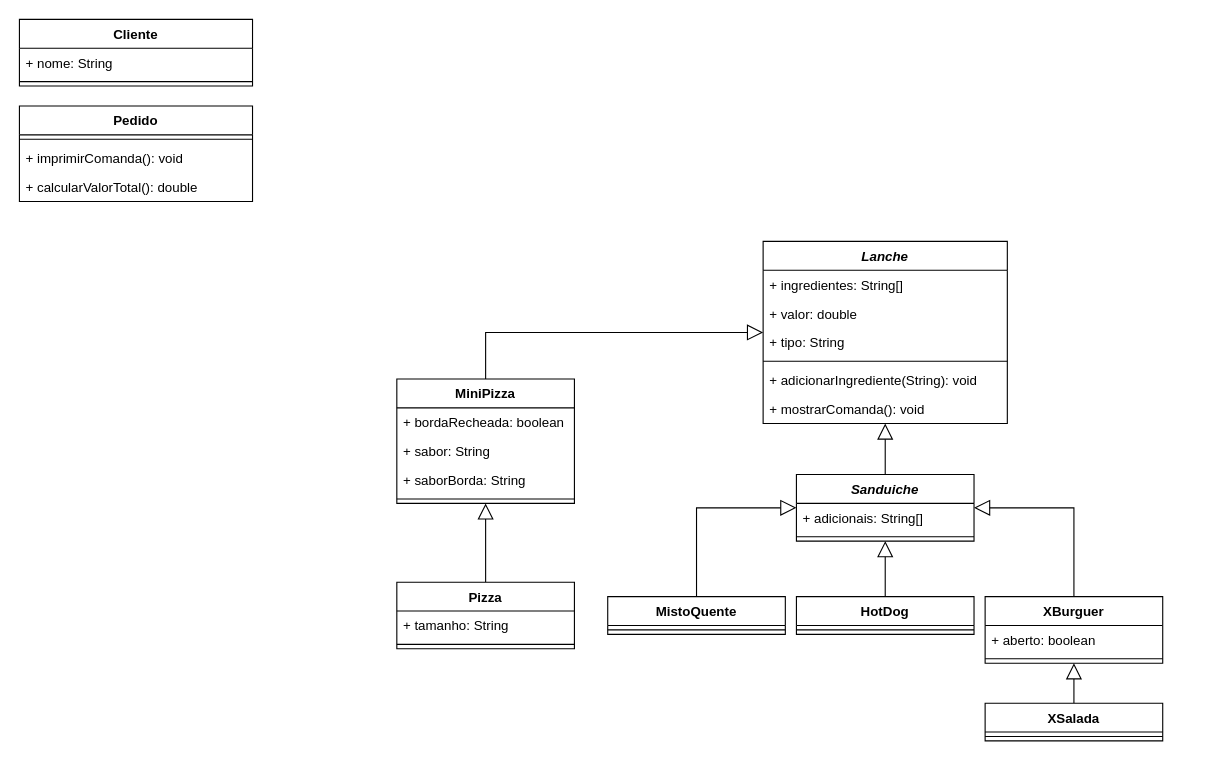
Above: page "Page-1" (1 of 2) of diagramas.drawio in hannaBanannaOF/entra21-git-inicio (draw.io), before the change. Source tidied: cells renumbered, new cells numbered last; positions are measured from the earlier drawing's top-left corner, leaving out a move shared by most shapes. Both pictures are drawn from the tidied source at 111%, with x=0, y=0 at pixel (19, 19).
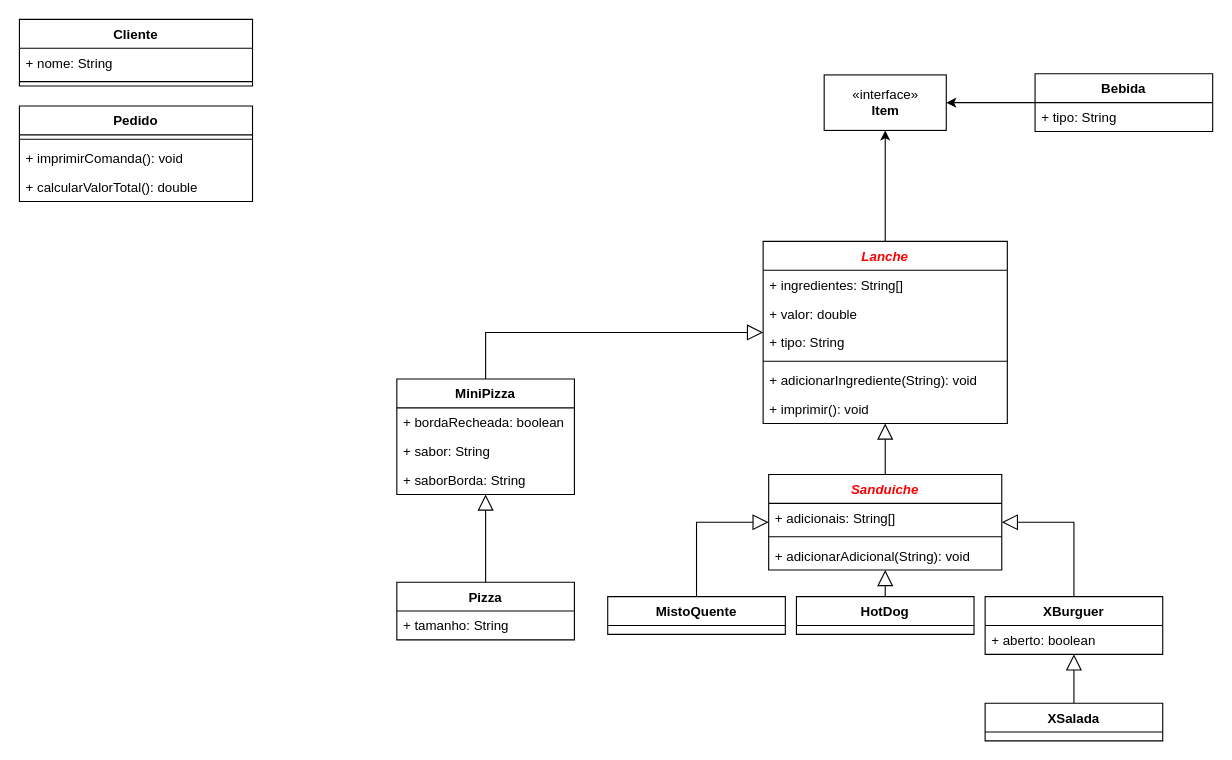
After the change.

The change refers to these unchanged cells:
```xml
<mxCell id="14" value="XSalada" style="swimlane;fontStyle=1;align=center;verticalAlign=top;horizontal=1;startSize=26;" parent="1" vertex="1">
  <mxGeometry x="870" y="616" width="160" height="34" as="geometry" />
</mxCell>
<mxCell id="16" value="HotDog" style="swimlane;fontStyle=1;align=center;verticalAlign=top;horizontal=1;startSize=26;" parent="1" vertex="1">
  <mxGeometry x="700" y="520" width="160" height="34" as="geometry" />
</mxCell>
<mxCell id="19" value="MistoQuente" style="swimlane;fontStyle=1;align=center;verticalAlign=top;horizontal=1;startSize=26;" parent="1" vertex="1">
  <mxGeometry x="530" y="520" width="160" height="34" as="geometry" />
</mxCell>
```

Change to the diagram source:
```diff
@@
+    <mxCell id="43" style="edgeStyle=orthogonalEdgeStyle;rounded=0;jettySize=auto;html=1;exitX=0.5;exitY=0;exitDx=0;exitDy=0;entryX=0.5;entryY=1;entryDx=0;entryDy=0;fontColor=#000000;" parent="1" edge="1" source="2" target="46">
+      <mxGeometry relative="1" as="geometry" />
+    </mxCell>
-    <mxCell id="2" value="Lanche" style="swimlane;fontStyle=3;align=center;verticalAlign=top;horizontal=1;startSize=26;" parent="1" vertex="1">
+    <mxCell id="2" value="Lanche" style="swimlane;fontStyle=3;align=center;verticalAlign=top;horizontal=1;startSize=26;fontColor=#FF0000;" parent="1" vertex="1">
       <mxGeometry x="670" y="200" width="220" height="164" as="geometry" />
     </mxCell>
@@
-    <mxCell id="8" value="+ mostrarComanda(): void&#10;" style="text;strokeColor=none;fillColor=none;align=left;verticalAlign=top;spacingLeft=4;spacingRight=4;overflow=hidden;" parent="2" vertex="1">
+    <mxCell id="8" value="+ imprimir(): void" style="text;strokeColor=none;fillColor=none;align=left;verticalAlign=top;spacingLeft=4;spacingRight=4;overflow=hidden;" parent="2" vertex="1">
       <mxGeometry y="138" width="220" height="26" as="geometry" />
     </mxCell>
@@
     <mxCell id="10" value="XBurguer" style="swimlane;fontStyle=1;align=center;verticalAlign=top;horizontal=1;startSize=26;" parent="1" vertex="1">
-      <mxGeometry x="870" y="520" width="160" height="60" as="geometry" />
+      <mxGeometry x="870" y="520" width="160" height="52" as="geometry" />
     </mxCell>
@@
-    <mxCell id="12" style="line;strokeWidth=1;fillColor=none;align=left;verticalAlign=middle;spacingTop=-1;spacingLeft=3;spacingRight=3;labelPosition=right;" parent="10" vertex="1">
-      <mxGeometry y="52" width="160" height="8" as="geometry" />
-    </mxCell>
@@
-    <mxCell id="15" style="line;strokeWidth=1;fillColor=none;align=left;verticalAlign=middle;spacingTop=-1;spacingLeft=3;spacingRight=3;labelPosition=right;" parent="14" vertex="1">
-      <mxGeometry y="26" width="160" height="8" as="geometry" />
-    </mxCell>
@@
-    <mxCell id="17" style="line;strokeWidth=1;fillColor=none;align=left;verticalAlign=middle;spacingTop=-1;spacingLeft=3;spacingRight=3;labelPosition=right;" parent="16" vertex="1">
-      <mxGeometry y="26" width="160" height="8" as="geometry" />
-    </mxCell>
@@
-    <mxCell id="20" style="line;strokeWidth=1;fillColor=none;align=left;verticalAlign=middle;spacingTop=-1;spacingLeft=3;spacingRight=3;labelPosition=right;" parent="19" vertex="1">
-      <mxGeometry y="26" width="160" height="8" as="geometry" />
-    </mxCell>
@@
     <mxCell id="29" value="MiniPizza" style="swimlane;fontStyle=1;align=center;verticalAlign=top;horizontal=1;startSize=26;" parent="1" vertex="1">
-      <mxGeometry x="340" y="324" width="160" height="112" as="geometry" />
+      <mxGeometry x="340" y="324" width="160" height="104" as="geometry" />
     </mxCell>
@@
-    <mxCell id="33" style="line;strokeWidth=1;fillColor=none;align=left;verticalAlign=middle;spacingTop=-1;spacingLeft=3;spacingRight=3;labelPosition=right;" parent="29" vertex="1">
-      <mxGeometry y="104" width="160" height="8" as="geometry" />
-    </mxCell>
@@
-    <mxCell id="35" value="Sanduiche" style="swimlane;fontStyle=3;align=center;verticalAlign=top;horizontal=1;startSize=26;" parent="1" vertex="1">
-      <mxGeometry x="700" y="410" width="160" height="60" as="geometry" />
+    <mxCell id="35" value="Sanduiche" style="swimlane;fontStyle=3;align=center;verticalAlign=top;horizontal=1;startSize=26;fontColor=#FF0000;" parent="1" vertex="1">
+      <mxGeometry x="675" y="410" width="210" height="86" as="geometry" />
     </mxCell>
     <mxCell id="36" value="+ adicionais: String[]" style="text;strokeColor=none;fillColor=none;align=left;verticalAlign=top;spacingLeft=4;spacingRight=4;overflow=hidden;" parent="35" vertex="1">
-      <mxGeometry y="26" width="160" height="26" as="geometry" />
+      <mxGeometry y="26" width="210" height="26" as="geometry" />
     </mxCell>
-    <mxCell id="37" style="line;strokeWidth=1;fillColor=none;align=left;verticalAlign=middle;spacingTop=-1;spacingLeft=3;spacingRight=3;labelPosition=right;" parent="35" vertex="1">
-      <mxGeometry y="52" width="160" height="8" as="geometry" />
-    </mxCell>
+    <mxCell id="44" style="line;strokeWidth=1;fillColor=none;align=left;verticalAlign=middle;spacingTop=-1;spacingLeft=3;spacingRight=3;labelPosition=right;fontColor=#FF0000;" parent="35" vertex="1">
+      <mxGeometry y="52" width="210" height="8" as="geometry" />
+    </mxCell>
+    <mxCell id="45" value="+ adicionarAdicional(String): void" style="text;strokeColor=none;fillColor=none;align=left;verticalAlign=top;spacingLeft=4;spacingRight=4;overflow=hidden;fontColor=#000000;" parent="35" vertex="1">
+      <mxGeometry y="60" width="210" height="26" as="geometry" />
+    </mxCell>
@@
     <mxCell id="40" value="Pizza" style="swimlane;fontStyle=1;align=center;verticalAlign=top;horizontal=1;startSize=26;" parent="1" vertex="1">
-      <mxGeometry x="340" y="507" width="160" height="60" as="geometry" />
+      <mxGeometry x="340" y="507" width="160" height="52" as="geometry" />
     </mxCell>
@@
-    <mxCell id="42" style="line;strokeWidth=1;fillColor=none;align=left;verticalAlign=middle;spacingTop=-1;spacingLeft=3;spacingRight=3;labelPosition=right;" parent="40" vertex="1">
-      <mxGeometry y="52" width="160" height="8" as="geometry" />
-    </mxCell>
+    <mxCell id="46" value="«interface»&lt;br&gt;&lt;b&gt;Item&lt;br&gt;&lt;/b&gt;" style="html=1;fontColor=#000000;" parent="1" vertex="1">
+      <mxGeometry x="725" y="50" width="110" height="50" as="geometry" />
+    </mxCell>
+    <mxCell id="47" style="edgeStyle=orthogonalEdgeStyle;rounded=0;jettySize=auto;html=1;exitX=0;exitY=0.5;exitDx=0;exitDy=0;entryX=1;entryY=0.5;entryDx=0;entryDy=0;fontColor=#000000;" parent="1" edge="1" source="48" target="46">
+      <mxGeometry relative="1" as="geometry" />
+    </mxCell>
+    <mxCell id="48" value="Bebida" style="swimlane;fontStyle=1;align=center;verticalAlign=top;horizontal=1;startSize=26;" parent="1" vertex="1">
+      <mxGeometry x="915" y="49" width="160" height="52" as="geometry" />
+    </mxCell>
+    <mxCell id="49" value="+ tipo: String" style="text;strokeColor=none;fillColor=none;align=left;verticalAlign=top;spacingLeft=4;spacingRight=4;overflow=hidden;" parent="48" vertex="1">
+      <mxGeometry y="26" width="160" height="26" as="geometry" />
+    </mxCell>
```
